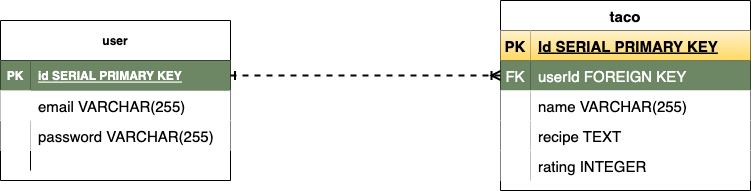
Earlier version of the draw.io export ERD.drawio.png (xxmark10xx/project-2). Source tidied: cells renumbered, new cells last; positions are measured from the earlier drawing's top-left corner, leaving out a move shared by most shapes.
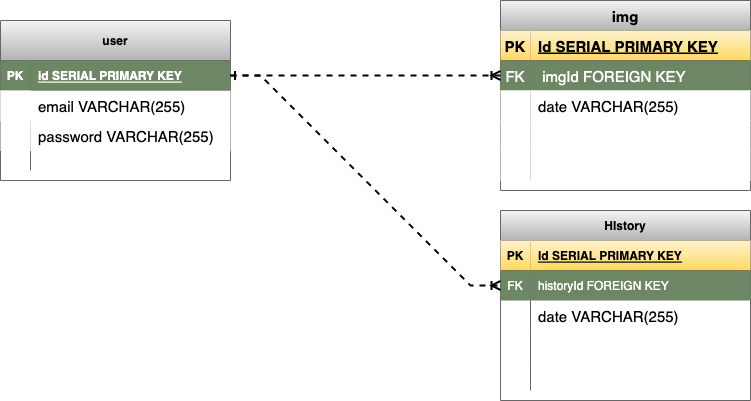
Above is the later version.

Diff of the diagram source:
```diff
@@ -2,7 +2,7 @@
   <root>
     <mxCell id="0" />
     <mxCell id="1" parent="0" />
-    <mxCell id="2" value="user" style="shape=table;startSize=40;rowLines=0;fontStyle=1;align=center;" parent="1" vertex="1">
+    <mxCell id="2" value="user" style="shape=table;startSize=40;rowLines=0;fontStyle=1;align=center;fillColor=#f5f5f5;gradientColor=#b3b3b3;strokeColor=#666666;" parent="1" vertex="1">
       <mxGeometry y="20" width="230" height="160" as="geometry" />
     </mxCell>
     <mxCell id="3" style="shape=tableRow;horizontal=0;startSize=0;swimlaneHead=0;swimlaneBody=0;fillColor=none;points=[[0,0.5],[1,0.5]];portConstraint=eastwest;top=0;left=0;right=0;bottom=1;" parent="2" vertex="1">
@@ -41,7 +41,7 @@
     <mxCell id="14" style="shape=partialRectangle;fillColor=none;top=0;left=0;bottom=0;right=0;align=left;spacingLeft=6;overflow=hidden;" parent="12" vertex="1">
       <mxGeometry x="30" width="200" height="20" as="geometry" />
     </mxCell>
-    <mxCell id="15" value="taco" style="shape=table;startSize=30;rowLines=0;fontStyle=1;align=center;fontSize=15;" parent="1" vertex="1">
+    <mxCell id="15" value="img" style="shape=table;startSize=30;rowLines=0;fontStyle=1;align=center;fontSize=15;fillColor=#f5f5f5;gradientColor=#b3b3b3;strokeColor=#666666;" parent="1" vertex="1">
       <mxGeometry x="500" width="250" height="190" as="geometry" />
     </mxCell>
     <mxCell id="16" style="shape=tableRow;horizontal=0;startSize=0;swimlaneHead=0;swimlaneBody=0;fillColor=none;top=0;left=0;right=0;bottom=1;fontSize=15;" parent="15" vertex="1">
@@ -59,7 +59,7 @@
     <mxCell id="20" value="FK" style="shape=partialRectangle;fillColor=#6d8764;top=0;left=0;bottom=0;right=0;fontStyle=0;overflow=hidden;fontSize=15;fontColor=#ffffff;strokeColor=#3A5431;" parent="19" vertex="1">
       <mxGeometry width="30" height="30" as="geometry" />
     </mxCell>
-    <mxCell id="21" value="userId FOREIGN KEY" style="shape=partialRectangle;fillColor=#6d8764;top=0;left=0;bottom=0;right=0;align=left;spacingLeft=6;fontStyle=0;overflow=hidden;fontSize=15;fontColor=#ffffff;strokeColor=#3A5431;" parent="19" vertex="1">
+    <mxCell id="21" value=" imgId FOREIGN KEY" style="shape=partialRectangle;fillColor=#6d8764;top=0;left=0;bottom=0;right=0;align=left;spacingLeft=6;fontStyle=0;overflow=hidden;fontSize=15;fontColor=#ffffff;strokeColor=#3A5431;" parent="19" vertex="1">
       <mxGeometry x="30" width="220" height="30" as="geometry" />
     </mxCell>
     <mxCell id="22" style="shape=tableRow;horizontal=0;startSize=0;swimlaneHead=0;swimlaneBody=0;fillColor=none;top=0;left=0;right=0;bottom=0;fontSize=15;" parent="15" vertex="1">
@@ -68,7 +68,7 @@
     <mxCell id="23" style="shape=partialRectangle;top=0;left=0;bottom=0;right=0;overflow=hidden;fontSize=15;" parent="22" vertex="1">
       <mxGeometry width="30" height="30" as="geometry" />
     </mxCell>
-    <mxCell id="24" value="name VARCHAR(255)" style="shape=partialRectangle;top=0;left=0;bottom=0;right=0;align=left;spacingLeft=6;overflow=hidden;fontSize=15;" parent="22" vertex="1">
+    <mxCell id="24" value="date VARCHAR(255)" style="shape=partialRectangle;top=0;left=0;bottom=0;right=0;align=left;spacingLeft=6;overflow=hidden;fontSize=15;" parent="22" vertex="1">
       <mxGeometry x="30" width="220" height="30" as="geometry" />
     </mxCell>
     <mxCell id="25" style="shape=tableRow;horizontal=0;startSize=0;swimlaneHead=0;swimlaneBody=0;fillColor=none;top=0;left=0;right=0;bottom=0;fontSize=15;" parent="15" vertex="1">
@@ -77,7 +77,7 @@
     <mxCell id="26" style="shape=partialRectangle;top=0;left=0;bottom=0;right=0;overflow=hidden;fontSize=15;" parent="25" vertex="1">
       <mxGeometry width="30" height="30" as="geometry" />
     </mxCell>
-    <mxCell id="27" value="recipe TEXT" style="shape=partialRectangle;top=0;left=0;bottom=0;right=0;align=left;spacingLeft=6;overflow=hidden;fontSize=15;" parent="25" vertex="1">
+    <mxCell id="27" style="shape=partialRectangle;top=0;left=0;bottom=0;right=0;align=left;spacingLeft=6;overflow=hidden;fontSize=15;" parent="25" vertex="1">
       <mxGeometry x="30" width="220" height="30" as="geometry" />
     </mxCell>
     <mxCell id="28" style="shape=tableRow;horizontal=0;startSize=0;swimlaneHead=0;swimlaneBody=0;fillColor=none;top=0;left=0;right=0;bottom=0;fontSize=15;" parent="15" vertex="1">
@@ -86,11 +86,62 @@
     <mxCell id="29" style="shape=partialRectangle;top=0;left=0;bottom=0;right=0;overflow=hidden;fontSize=15;" parent="28" vertex="1">
       <mxGeometry width="30" height="30" as="geometry" />
     </mxCell>
-    <mxCell id="30" value="rating INTEGER" style="shape=partialRectangle;top=0;left=0;bottom=0;right=0;align=left;spacingLeft=6;overflow=hidden;fontSize=15;" parent="28" vertex="1">
+    <mxCell id="30" style="shape=partialRectangle;top=0;left=0;bottom=0;right=0;align=left;spacingLeft=6;overflow=hidden;fontSize=15;" parent="28" vertex="1">
       <mxGeometry x="30" width="220" height="30" as="geometry" />
     </mxCell>
     <mxCell id="31" style="edgeStyle=entityRelationEdgeStyle;fontSize=12;html=1;endArrow=ERoneToMany;rounded=0;exitX=1;exitY=0.5;exitDx=0;exitDy=0;startArrow=ERone;startFill=0;dashed=1;strokeWidth=2;entryX=0;entryY=0.5;entryDx=0;entryDy=0;" parent="1" edge="1" source="3" target="19">
       <mxGeometry relative="1" as="geometry" />
     </mxCell>
+    <mxCell id="32" value="HIstory" style="shape=table;startSize=30;rowLines=0;fontStyle=1;align=center;fillColor=#f5f5f5;gradientColor=#b3b3b3;strokeColor=#666666;" parent="1" vertex="1">
+      <mxGeometry x="500" y="210" width="250" height="190" as="geometry" />
+    </mxCell>
+    <mxCell id="33" style="shape=tableRow;horizontal=0;startSize=0;swimlaneHead=0;swimlaneBody=0;fillColor=none;top=0;left=0;right=0;bottom=1;" parent="32" vertex="1">
+      <mxGeometry y="30" width="250" height="30" as="geometry" />
+    </mxCell>
+    <mxCell id="34" value="PK" style="shape=partialRectangle;fillColor=#fff2cc;top=0;left=0;bottom=0;right=0;fontStyle=1;overflow=hidden;gradientColor=#ffd966;strokeColor=#d6b656;" parent="33" vertex="1">
+      <mxGeometry width="30" height="30" as="geometry" />
+    </mxCell>
+    <mxCell id="35" value="Id SERIAL PRIMARY KEY" style="shape=partialRectangle;fillColor=#fff2cc;top=0;left=0;bottom=0;right=0;align=left;spacingLeft=6;fontStyle=5;overflow=hidden;strokeColor=#d6b656;gradientColor=#ffd966;" parent="33" vertex="1">
+      <mxGeometry x="30" width="220" height="30" as="geometry" />
+    </mxCell>
+    <mxCell id="36" style="shape=tableRow;horizontal=0;startSize=0;swimlaneHead=0;swimlaneBody=0;fillColor=none;points=[[0,0.5],[1,0.5]];portConstraint=eastwest;top=0;left=0;right=0;bottom=0;" parent="32" vertex="1">
+      <mxGeometry y="60" width="250" height="30" as="geometry" />
+    </mxCell>
+    <mxCell id="37" value="FK" style="shape=partialRectangle;fillColor=#6d8764;top=0;left=0;bottom=0;right=0;fontStyle=0;overflow=hidden;fontColor=#ffffff;strokeColor=#3A5431;" parent="36" vertex="1">
+      <mxGeometry width="30" height="30" as="geometry" />
+    </mxCell>
+    <mxCell id="38" value="historyId FOREIGN KEY" style="shape=partialRectangle;fillColor=#6d8764;top=0;left=0;bottom=0;right=0;align=left;spacingLeft=6;fontStyle=0;overflow=hidden;fontColor=#ffffff;strokeColor=#3A5431;" parent="36" vertex="1">
+      <mxGeometry x="30" width="220" height="30" as="geometry" />
+    </mxCell>
+    <mxCell id="39" style="shape=tableRow;horizontal=0;startSize=0;swimlaneHead=0;swimlaneBody=0;fillColor=none;top=0;left=0;right=0;bottom=0;" parent="32" vertex="1">
+      <mxGeometry y="90" width="250" height="30" as="geometry" />
+    </mxCell>
+    <mxCell id="40" style="shape=partialRectangle;fillColor=none;top=0;left=0;bottom=0;right=0;overflow=hidden;" parent="39" vertex="1">
+      <mxGeometry width="30" height="30" as="geometry" />
+    </mxCell>
+    <mxCell id="41" value="date VARCHAR(255)" style="shape=partialRectangle;fillColor=none;top=0;left=0;bottom=0;right=0;align=left;spacingLeft=6;overflow=hidden;fontSize=15;" parent="39" vertex="1">
+      <mxGeometry x="30" width="220" height="30" as="geometry" />
+    </mxCell>
+    <mxCell id="42" style="shape=tableRow;horizontal=0;startSize=0;swimlaneHead=0;swimlaneBody=0;fillColor=none;top=0;left=0;right=0;bottom=0;" parent="32" vertex="1">
+      <mxGeometry y="120" width="250" height="30" as="geometry" />
+    </mxCell>
+    <mxCell id="43" style="shape=partialRectangle;fillColor=none;top=0;left=0;bottom=0;right=0;overflow=hidden;" parent="42" vertex="1">
+      <mxGeometry width="30" height="30" as="geometry" />
+    </mxCell>
+    <mxCell id="44" style="shape=partialRectangle;fillColor=none;top=0;left=0;bottom=0;right=0;align=left;spacingLeft=6;overflow=hidden;" parent="42" vertex="1">
+      <mxGeometry x="30" width="220" height="30" as="geometry" />
+    </mxCell>
+    <mxCell id="45" style="shape=tableRow;horizontal=0;startSize=0;swimlaneHead=0;swimlaneBody=0;fillColor=none;top=0;left=0;right=0;bottom=0;" parent="32" vertex="1">
+      <mxGeometry y="150" width="250" height="30" as="geometry" />
+    </mxCell>
+    <mxCell id="46" style="shape=partialRectangle;fillColor=none;top=0;left=0;bottom=0;right=0;overflow=hidden;" parent="45" vertex="1">
+      <mxGeometry width="30" height="30" as="geometry" />
+    </mxCell>
+    <mxCell id="47" style="shape=partialRectangle;fillColor=none;top=0;left=0;bottom=0;right=0;align=left;spacingLeft=6;overflow=hidden;" parent="45" vertex="1">
+      <mxGeometry x="30" width="220" height="30" as="geometry" />
+    </mxCell>
+    <mxCell id="48" style="edgeStyle=entityRelationEdgeStyle;fontSize=12;html=1;endArrow=ERoneToMany;rounded=0;exitX=1;exitY=0.5;exitDx=0;exitDy=0;entryX=0;entryY=0.5;entryDx=0;entryDy=0;dashed=1;strokeWidth=2;" parent="1" edge="1" source="3" target="36">
+      <mxGeometry relative="1" as="geometry" />
+    </mxCell>
   </root>
 </mxGraphModel>
```
